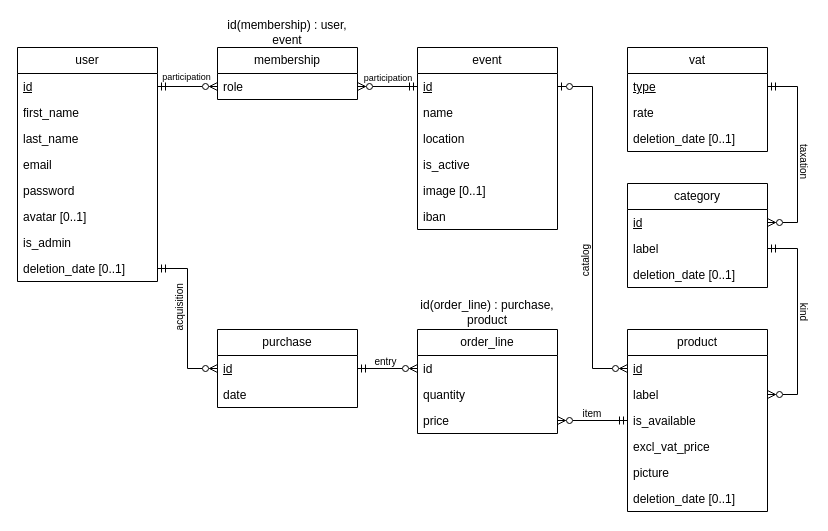
maxoux53/smartkiosk keeps this draw.io diagram as database/docs/entity-relationship-diagram.drawio. Above is the earlier version. Source tidied: cells renumbered, new cells numbered last; positions are measured from the earlier drawing's top-left corner, leaving out a move shared by most shapes. Both pictures are drawn from the tidied source at 100%, with x=0, y=0 at pixel (17, 17).
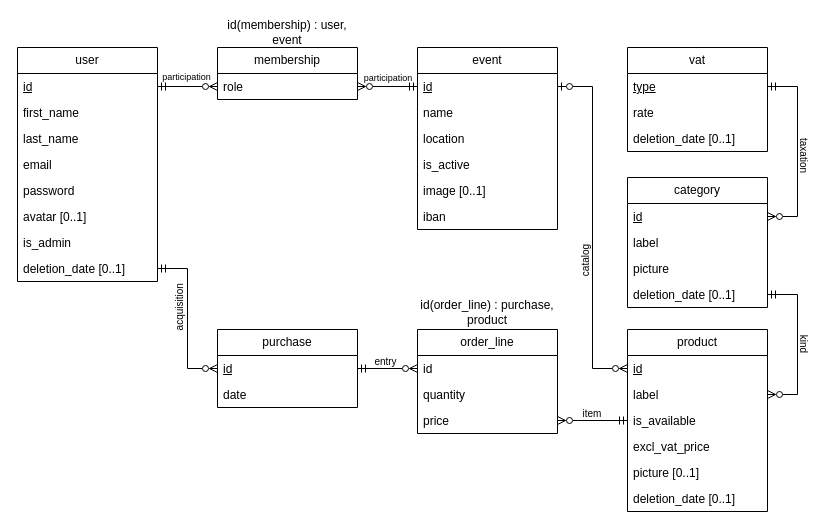
The same diagram, later.

The change refers to these unchanged cells:
```xml
<mxCell id="21" value="product" style="swimlane;fontStyle=0;horizontal=1;startSize=26;fillColor=none;whiteSpace=wrap;html=1;" parent="1" vertex="1">
  <mxGeometry x="610" y="312" width="140" height="182" as="geometry" />
</mxCell>
<mxCell id="23" value="label" style="text;strokeColor=none;fillColor=none;align=left;verticalAlign=top;spacingLeft=4;spacingRight=4;overflow=hidden;points=[[0,0.5],[1,0.5]];portConstraint=eastwest;whiteSpace=wrap;html=1;" parent="21" vertex="1">
  <mxGeometry y="52" width="140" height="26" as="geometry" />
</mxCell>
<mxCell id="29" value="id" style="text;strokeColor=none;fillColor=none;align=left;verticalAlign=top;spacingLeft=4;spacingRight=4;overflow=hidden;points=[[0,0.5],[1,0.5]];portConstraint=eastwest;whiteSpace=wrap;html=1;fontStyle=4;" parent="28" vertex="1">
  <mxGeometry y="26" width="140" height="26" as="geometry" />
</mxCell>
<mxCell id="30" value="label" style="text;strokeColor=none;fillColor=none;align=left;verticalAlign=top;spacingLeft=4;spacingRight=4;overflow=hidden;points=[[0,0.5],[1,0.5]];portConstraint=eastwest;whiteSpace=wrap;html=1;" parent="28" vertex="1">
  <mxGeometry y="52" width="140" height="26" as="geometry" />
</mxCell>
<mxCell id="33" value="type" style="text;strokeColor=none;fillColor=none;align=left;verticalAlign=top;spacingLeft=4;spacingRight=4;overflow=hidden;points=[[0,0.5],[1,0.5]];portConstraint=eastwest;whiteSpace=wrap;html=1;fontStyle=4;" parent="32" vertex="1">
  <mxGeometry y="26" width="140" height="26" as="geometry" />
</mxCell>
```

What changed in the source:
```diff
@@
-    <mxCell id="26" value="picture" style="text;strokeColor=none;fillColor=none;align=left;verticalAlign=top;spacingLeft=4;spacingRight=4;overflow=hidden;whiteSpace=wrap;html=1;" parent="21" vertex="1">
+    <mxCell id="26" value="picture [0..1]" style="text;strokeColor=none;fillColor=none;align=left;verticalAlign=top;spacingLeft=4;spacingRight=4;overflow=hidden;whiteSpace=wrap;html=1;" parent="21" vertex="1">
       <mxGeometry y="130" width="140" height="26" as="geometry" />
     </mxCell>
@@
     <mxCell id="28" value="category" style="swimlane;fontStyle=0;horizontal=1;startSize=26;fillColor=none;whiteSpace=wrap;html=1;" parent="1" vertex="1">
-      <mxGeometry x="610" y="166" width="140" height="104" as="geometry" />
+      <mxGeometry x="610" y="160" width="140" height="130" as="geometry" />
     </mxCell>
@@
+    <mxCell id="62" value="picture" style="text;strokeColor=none;fillColor=none;align=left;verticalAlign=top;spacingLeft=4;spacingRight=4;overflow=hidden;whiteSpace=wrap;html=1;" parent="28" vertex="1">
+      <mxGeometry y="78" width="140" height="26" as="geometry" />
+    </mxCell>
     <mxCell id="31" value="deletion_date [0..1]" style="text;strokeColor=none;fillColor=none;align=left;verticalAlign=top;spacingLeft=4;spacingRight=4;overflow=hidden;points=[[0,0.5],[1,0.5]];portConstraint=eastwest;whiteSpace=wrap;html=1;" parent="28" vertex="1">
-      <mxGeometry y="78" width="140" height="26" as="geometry" />
+      <mxGeometry y="104" width="140" height="26" as="geometry" />
     </mxCell>
@@
-    <mxCell id="39" style="edgeStyle=orthogonalEdgeStyle;rounded=0;jettySize=auto;html=1;exitX=1;exitY=0.5;exitDx=0;exitDy=0;entryX=1;entryY=0.5;entryDx=0;entryDy=0;endArrow=ERmandOne;endFill=0;startArrow=ERzeroToMany;startFill=0;" parent="1" edge="1" source="23" target="30">
+    <mxCell id="39" style="edgeStyle=orthogonalEdgeStyle;rounded=0;jettySize=auto;html=1;exitX=1;exitY=0.5;exitDx=0;exitDy=0;entryX=1;entryY=0.5;entryDx=0;entryDy=0;endArrow=ERmandOne;endFill=0;startArrow=ERzeroToMany;startFill=0;" parent="1" edge="1" source="23" target="31">
       <mxGeometry relative="1" as="geometry">
         <Array as="points">
           <mxPoint x="780" y="377" />
-          <mxPoint x="780" y="231" />
+          <mxPoint x="780" y="277" />
         </Array>
       </mxGeometry>
     </mxCell>
     <mxCell id="40" style="edgeStyle=orthogonalEdgeStyle;rounded=0;jettySize=auto;html=1;exitX=1;exitY=0.5;exitDx=0;exitDy=0;entryX=1;entryY=0.5;entryDx=0;entryDy=0;startArrow=ERzeroToMany;startFill=0;endArrow=ERmandOne;endFill=0;" parent="1" edge="1" source="29" target="33">
       <mxGeometry relative="1" as="geometry">
         <Array as="points">
-          <mxPoint x="780" y="205" />
+          <mxPoint x="780" y="199" />
           <mxPoint x="780" y="69" />
         </Array>
       </mxGeometry>
     </mxCell>
@@
     <mxCell id="57" value="taxation" style="text;html=1;align=center;verticalAlign=middle;whiteSpace=wrap;rounded=0;fontSize=10;rotation=90;" parent="1" vertex="1">
-      <mxGeometry x="768.5" y="139" width="37" height="10" as="geometry" />
+      <mxGeometry x="768.5" y="133" width="37" height="10" as="geometry" />
     </mxCell>
     <mxCell id="58" value="kind" style="text;html=1;align=center;verticalAlign=middle;whiteSpace=wrap;rounded=0;fontSize=10;rotation=90;" parent="1" vertex="1">
-      <mxGeometry x="777" y="290" width="20" height="10" as="geometry" />
+      <mxGeometry x="777" y="322" width="20" height="10" as="geometry" />
     </mxCell>
```
